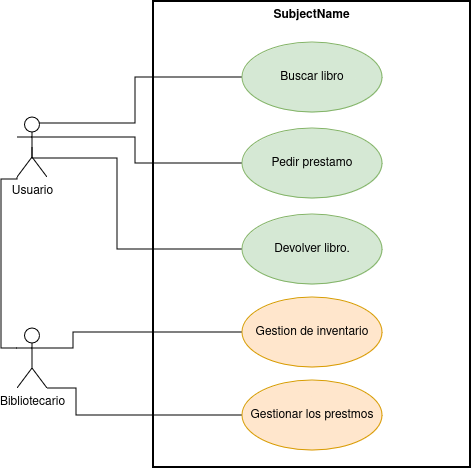
Before: Biblioteca.png, a diagram exported from draw.io (alexfdb/ejercicio1casos-uso). Source tidied: cells renumbered, new cells last; positions are measured from the earlier drawing's top-left corner, leaving out a move shared by most shapes.
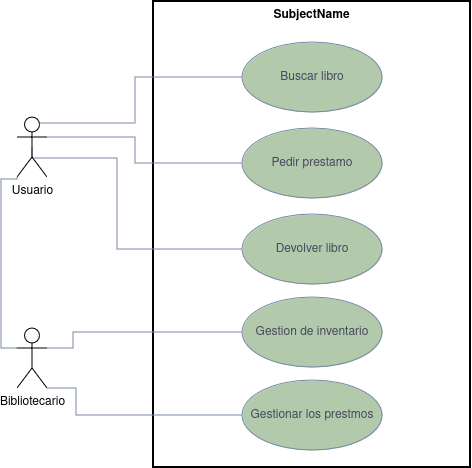
Above is the later version.

Change to the diagram source:
```diff
@@ -2,10 +2,10 @@
   <root>
     <mxCell id="0" />
     <mxCell id="1" parent="0" />
-    <mxCell id="2" value="SubjectName" style="shape=rect;html=1;verticalAlign=top;fontStyle=1;whiteSpace=wrap;align=center;strokeWidth=2;fillColor=none;" parent="1" vertex="1">
+    <mxCell id="2" value="SubjectName" style="shape=rect;html=1;verticalAlign=top;fontStyle=1;whiteSpace=wrap;align=center;strokeWidth=2;labelBackgroundColor=none;" parent="1" vertex="1">
       <mxGeometry x="152" width="317" height="466" as="geometry" />
     </mxCell>
-    <mxCell id="3" style="edgeStyle=orthogonalEdgeStyle;rounded=0;jettySize=auto;html=1;exitX=0.75;exitY=0.1;exitDx=0;exitDy=0;exitPerimeter=0;entryX=0;entryY=0.5;entryDx=0;entryDy=0;fontSize=12;startSize=8;endSize=8;endArrow=none;endFill=0;" parent="1" edge="1" source="6" target="10">
+    <mxCell id="3" style="edgeStyle=orthogonalEdgeStyle;rounded=0;jettySize=auto;html=1;exitX=0.75;exitY=0.1;exitDx=0;exitDy=0;exitPerimeter=0;entryX=0;entryY=0.5;entryDx=0;entryDy=0;fontSize=12;startSize=8;endSize=8;endArrow=none;endFill=0;labelBackgroundColor=none;strokeColor=#788AA3;fontColor=default;" parent="1" edge="1" source="6" target="10">
       <mxGeometry relative="1" as="geometry">
         <Array as="points">
           <mxPoint x="134" y="122" />
@@ -13,7 +13,7 @@
         </Array>
       </mxGeometry>
     </mxCell>
-    <mxCell id="4" style="edgeStyle=orthogonalEdgeStyle;rounded=0;jettySize=auto;html=1;exitX=1;exitY=0.3333333333333333;exitDx=0;exitDy=0;exitPerimeter=0;entryX=0;entryY=0.5;entryDx=0;entryDy=0;fontSize=12;startSize=8;endSize=8;endArrow=none;endFill=0;" parent="1" edge="1" source="6" target="11">
+    <mxCell id="4" style="edgeStyle=orthogonalEdgeStyle;rounded=0;jettySize=auto;html=1;exitX=1;exitY=0.3333333333333333;exitDx=0;exitDy=0;exitPerimeter=0;entryX=0;entryY=0.5;entryDx=0;entryDy=0;fontSize=12;startSize=8;endSize=8;endArrow=none;endFill=0;labelBackgroundColor=none;strokeColor=#788AA3;fontColor=default;" parent="1" edge="1" source="6" target="11">
       <mxGeometry relative="1" as="geometry">
         <Array as="points">
           <mxPoint x="134" y="136" />
@@ -21,7 +21,7 @@
         </Array>
       </mxGeometry>
     </mxCell>
-    <mxCell id="5" style="edgeStyle=orthogonalEdgeStyle;rounded=0;jettySize=auto;html=1;exitX=0.5;exitY=0.5;exitDx=0;exitDy=0;exitPerimeter=0;entryX=0;entryY=0.5;entryDx=0;entryDy=0;fontSize=12;startSize=8;endSize=8;endArrow=none;endFill=0;" parent="1" edge="1" source="6" target="12">
+    <mxCell id="5" style="edgeStyle=orthogonalEdgeStyle;rounded=0;jettySize=auto;html=1;exitX=0.5;exitY=0.5;exitDx=0;exitDy=0;exitPerimeter=0;entryX=0;entryY=0.5;entryDx=0;entryDy=0;fontSize=12;startSize=8;endSize=8;endArrow=none;endFill=0;labelBackgroundColor=none;strokeColor=#788AA3;fontColor=default;" parent="1" edge="1" source="6" target="12">
       <mxGeometry relative="1" as="geometry">
         <Array as="points">
           <mxPoint x="31" y="157" />
@@ -30,10 +30,10 @@
         </Array>
       </mxGeometry>
     </mxCell>
-    <mxCell id="6" value="&lt;div&gt;Usuario&lt;/div&gt;" style="shape=umlActor;verticalLabelPosition=bottom;verticalAlign=top;html=1;outlineConnect=0;fillColor=none;" parent="1" vertex="1">
+    <mxCell id="6" value="&lt;div&gt;Usuario&lt;/div&gt;" style="shape=umlActor;verticalLabelPosition=bottom;verticalAlign=top;html=1;outlineConnect=0;labelBackgroundColor=none;" parent="1" vertex="1">
       <mxGeometry x="16" y="116" width="30" height="60" as="geometry" />
     </mxCell>
-    <mxCell id="7" style="edgeStyle=orthogonalEdgeStyle;rounded=0;jettySize=auto;html=1;exitX=1;exitY=0.3333333333333333;exitDx=0;exitDy=0;exitPerimeter=0;entryX=0;entryY=0.5;entryDx=0;entryDy=0;fontSize=12;startSize=8;endSize=8;endArrow=none;endFill=0;" parent="1" edge="1" source="9" target="13">
+    <mxCell id="7" style="edgeStyle=orthogonalEdgeStyle;rounded=0;jettySize=auto;html=1;exitX=1;exitY=0.3333333333333333;exitDx=0;exitDy=0;exitPerimeter=0;entryX=0;entryY=0.5;entryDx=0;entryDy=0;fontSize=12;startSize=8;endSize=8;endArrow=none;endFill=0;labelBackgroundColor=none;strokeColor=#788AA3;fontColor=default;" parent="1" edge="1" source="9" target="13">
       <mxGeometry relative="1" as="geometry">
         <Array as="points">
           <mxPoint x="72" y="347" />
@@ -41,7 +41,7 @@
         </Array>
       </mxGeometry>
     </mxCell>
-    <mxCell id="8" style="edgeStyle=orthogonalEdgeStyle;rounded=0;jettySize=auto;html=1;exitX=1;exitY=1;exitDx=0;exitDy=0;exitPerimeter=0;entryX=0;entryY=0.5;entryDx=0;entryDy=0;fontSize=12;startSize=8;endSize=8;endArrow=none;endFill=0;" parent="1" edge="1" source="9" target="14">
+    <mxCell id="8" style="edgeStyle=orthogonalEdgeStyle;rounded=0;jettySize=auto;html=1;exitX=1;exitY=1;exitDx=0;exitDy=0;exitPerimeter=0;entryX=0;entryY=0.5;entryDx=0;entryDy=0;fontSize=12;startSize=8;endSize=8;endArrow=none;endFill=0;labelBackgroundColor=none;strokeColor=#788AA3;fontColor=default;" parent="1" edge="1" source="9" target="14">
       <mxGeometry relative="1" as="geometry">
         <Array as="points">
           <mxPoint x="75" y="387" />
@@ -49,25 +49,25 @@
         </Array>
       </mxGeometry>
     </mxCell>
-    <mxCell id="9" value="Bibliotecario" style="shape=umlActor;verticalLabelPosition=bottom;verticalAlign=top;html=1;outlineConnect=0;fillColor=none;" parent="1" vertex="1">
+    <mxCell id="9" value="Bibliotecario" style="shape=umlActor;verticalLabelPosition=bottom;verticalAlign=top;html=1;outlineConnect=0;labelBackgroundColor=none;" parent="1" vertex="1">
       <mxGeometry x="16" y="327" width="30" height="60" as="geometry" />
     </mxCell>
-    <mxCell id="10" value="&lt;div&gt;Buscar libro&lt;/div&gt;" style="ellipse;whiteSpace=wrap;html=1;fillColor=#d5e8d4;strokeColor=#82b366;" parent="1" vertex="1">
+    <mxCell id="10" value="&lt;div&gt;Buscar libro&lt;/div&gt;" style="ellipse;whiteSpace=wrap;html=1;fillColor=#B2C9AB;strokeColor=#788AA3;labelBackgroundColor=none;fontColor=#46495D;" parent="1" vertex="1">
       <mxGeometry x="241" y="41" width="140" height="70" as="geometry" />
     </mxCell>
-    <mxCell id="11" value="Pedir prestamo" style="ellipse;whiteSpace=wrap;html=1;fillColor=#d5e8d4;strokeColor=#82b366;" parent="1" vertex="1">
+    <mxCell id="11" value="Pedir prestamo" style="ellipse;whiteSpace=wrap;html=1;fillColor=#B2C9AB;strokeColor=#788AA3;labelBackgroundColor=none;fontColor=#46495D;" parent="1" vertex="1">
       <mxGeometry x="241" y="127" width="140" height="70" as="geometry" />
     </mxCell>
-    <mxCell id="12" value="Devolver libro." style="ellipse;whiteSpace=wrap;html=1;fillColor=#d5e8d4;strokeColor=#82b366;" parent="1" vertex="1">
+    <mxCell id="12" value="Devolver libro" style="ellipse;whiteSpace=wrap;html=1;fillColor=#B2C9AB;strokeColor=#788AA3;labelBackgroundColor=none;fontColor=#46495D;" parent="1" vertex="1">
       <mxGeometry x="241" y="213" width="140" height="70" as="geometry" />
     </mxCell>
-    <mxCell id="13" value="Gestion de inventario" style="ellipse;whiteSpace=wrap;html=1;fillColor=#ffe6cc;strokeColor=#d79b00;" parent="1" vertex="1">
+    <mxCell id="13" value="Gestion de inventario" style="ellipse;whiteSpace=wrap;html=1;fillColor=#B2C9AB;strokeColor=#788AA3;labelBackgroundColor=none;fontColor=#46495D;" parent="1" vertex="1">
       <mxGeometry x="241" y="296" width="140" height="70" as="geometry" />
     </mxCell>
-    <mxCell id="14" value="Gestionar los prestmos" style="ellipse;whiteSpace=wrap;html=1;fillColor=#ffe6cc;strokeColor=#d79b00;" parent="1" vertex="1">
+    <mxCell id="14" value="Gestionar los prestmos" style="ellipse;whiteSpace=wrap;html=1;fillColor=#B2C9AB;strokeColor=#788AA3;labelBackgroundColor=none;fontColor=#46495D;" parent="1" vertex="1">
       <mxGeometry x="241" y="379" width="140" height="70" as="geometry" />
     </mxCell>
-    <mxCell id="15" style="edgeStyle=orthogonalEdgeStyle;rounded=0;jettySize=auto;html=1;exitX=0;exitY=0.3333333333333333;exitDx=0;exitDy=0;exitPerimeter=0;entryX=0;entryY=1;entryDx=0;entryDy=0;entryPerimeter=0;fontSize=12;startSize=8;endSize=8;endArrow=none;endFill=0;" parent="1" edge="1" source="9" target="6">
+    <mxCell id="15" style="edgeStyle=orthogonalEdgeStyle;rounded=0;jettySize=auto;html=1;exitX=0;exitY=0.3333333333333333;exitDx=0;exitDy=0;exitPerimeter=0;entryX=0;entryY=1;entryDx=0;entryDy=0;entryPerimeter=0;fontSize=12;startSize=8;endSize=8;endArrow=none;endFill=0;labelBackgroundColor=none;strokeColor=#788AA3;fontColor=default;" parent="1" edge="1" source="9" target="6">
       <mxGeometry relative="1" as="geometry">
         <Array as="points">
           <mxPoint y="347" />
```
